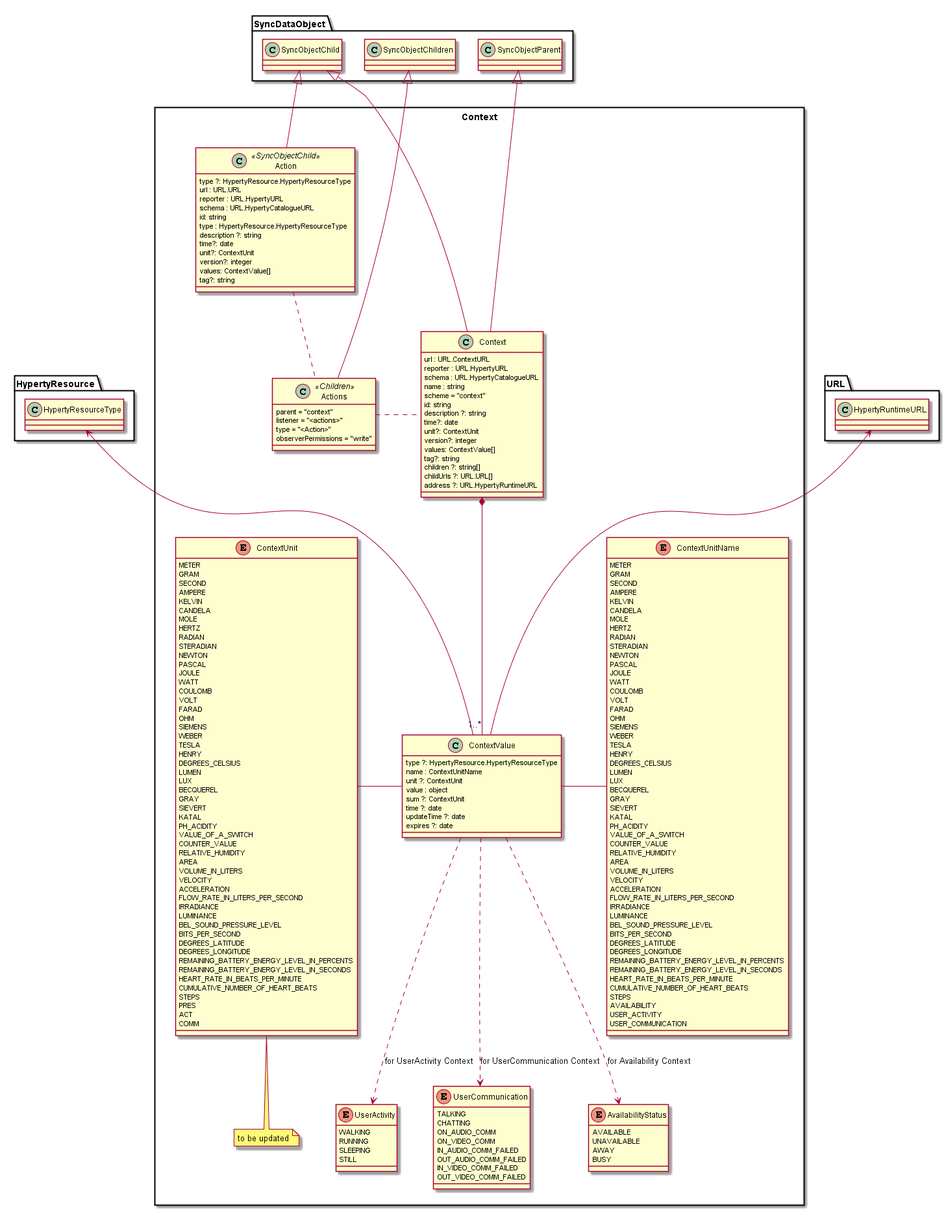
reTHINK-project/specs keeps this PlantUML diagram as datamodel/data-objects/context/Context.png. Above is the earlier version.
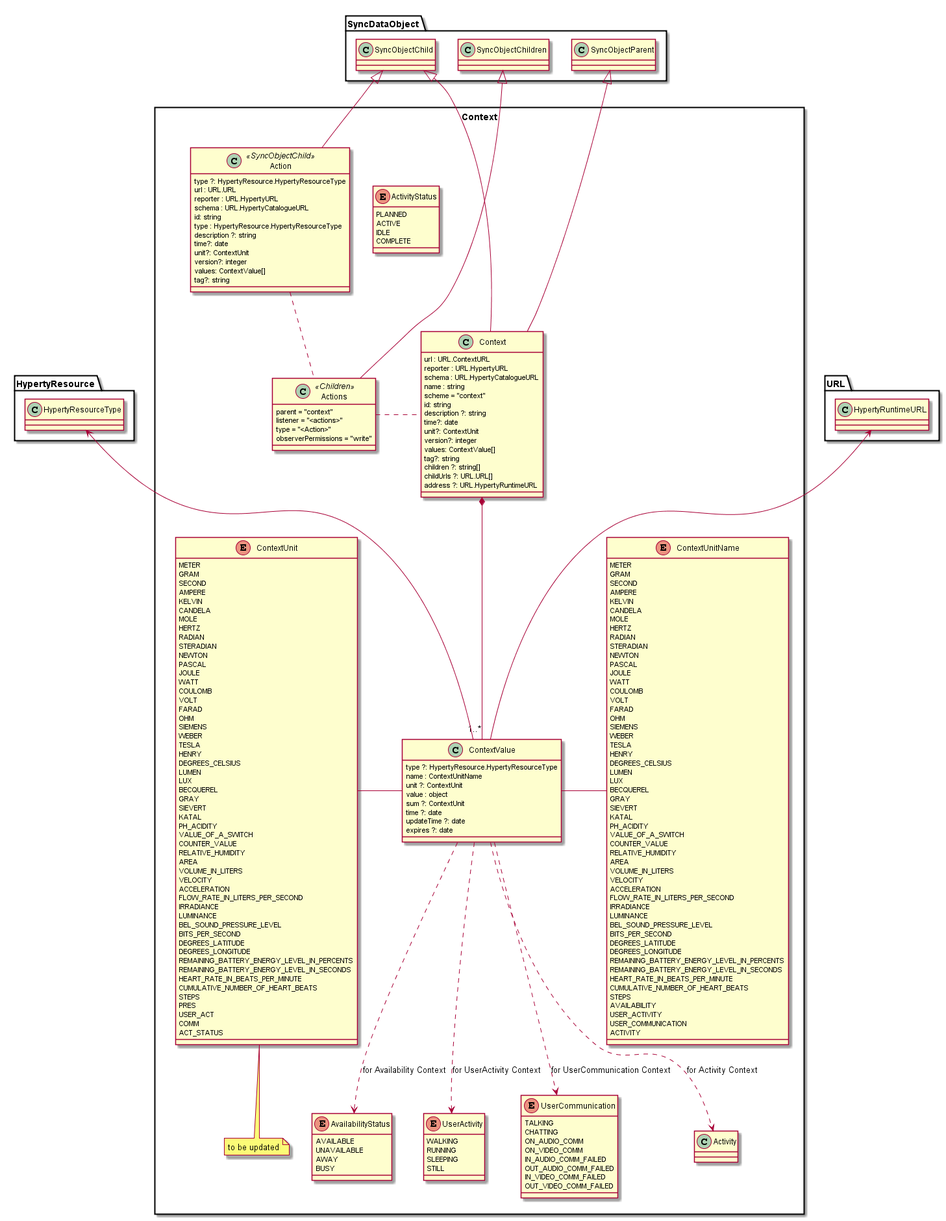
The same file after the commit.

Diff of the diagram source:
```diff
@@ -73,6 +73,7 @@
 	AVAILABILITY
 	USER_ACTIVITY
 	USER_COMMUNICATION
+	ACTIVITY
 	}
 
 	enum ContextUnit {
@@ -126,8 +127,9 @@
 	CUMULATIVE_NUMBER_OF_HEART_BEATS
 	STEPS
 	PRES
-	ACT
+	USER_ACT
 	COMM
+	ACT_STATUS
 	}
 
 note bottom : to be updated
@@ -166,6 +168,13 @@
 	 OUT_AUDIO_COMM_FAILED
 	 IN_VIDEO_COMM_FAILED
 	 OUT_VIDEO_COMM_FAILED
+	}
+
+	enum ActivityStatus {
+	 PLANNED
+	 ACTIVE
+	 IDLE
+	 COMPLETE
 	}
 
 	class Actions <<Children>> {
@@ -207,6 +216,7 @@
 	ContextValue .down.> AvailabilityStatus : for Availability Context
 	ContextValue .down.> UserActivity : for UserActivity Context
 	ContextValue .down.> UserCommunication : for UserCommunication Context
+	ContextValue .down.> Activity : for Activity Context
 
 	ContextValue -right- ContextUnitName
 	ContextValue -left- ContextUnit
```
